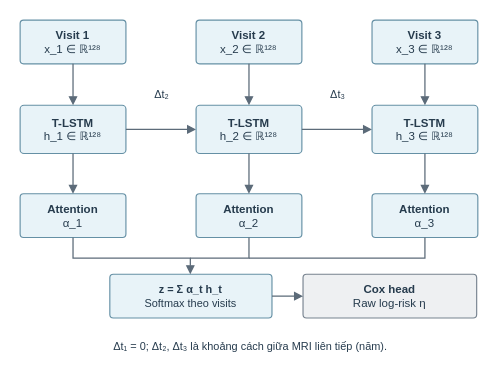
The draw.io diagram figures_source/temporal-model.drawio in moimoi05/kltn, before the edit. Source tidied: cells renumbered, new cells numbered last; positions are measured from the earlier drawing's top-left corner, leaving out a move shared by most shapes. Both pictures are drawn from the tidied source at 115%, with x=0, y=0 at pixel (20, 20).
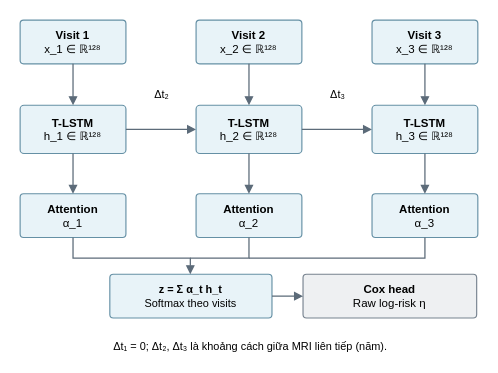
The same page after the edit.

Change to the diagram source:
```diff
@@
-    <mxCell id="2" value="&lt;b&gt;Visit 1&lt;/b&gt;&lt;br&gt;x_1 ∈ ℝ¹²⁸" style="html=1;fontFamily=Arial;fontColor=#263B4D;whiteSpace=wrap;rounded=1;arcSize=8;fillColor=#E8F3F8;strokeColor=#6590A5;strokeWidth=1;fontSize=10;spacing=5;" parent="1" vertex="1">
+    <mxCell id="2" value="&lt;b&gt;Visit 1&lt;/b&gt;&lt;br&gt;x_1 ∈ ℝ¹²⁸" style="html=1;fontFamily=Arial;fontColor=#000000;whiteSpace=wrap;rounded=1;arcSize=8;fillColor=#E8F3F8;strokeColor=#6590A5;strokeWidth=1;fontSize=10;spacing=5;" parent="1" vertex="1">
       <mxGeometry width="92" height="38" as="geometry" />
     </mxCell>
-    <mxCell id="3" value="&lt;b&gt;T-LSTM&lt;/b&gt;&lt;br&gt;h_1 ∈ ℝ¹²⁸" style="html=1;fontFamily=Arial;fontColor=#263B4D;whiteSpace=wrap;rounded=1;arcSize=8;fillColor=#E8F3F8;strokeColor=#6590A5;strokeWidth=1;fontSize=10;spacing=5;" parent="1" vertex="1">
+    <mxCell id="3" value="&lt;b&gt;T-LSTM&lt;/b&gt;&lt;br&gt;h_1 ∈ ℝ¹²⁸" style="html=1;fontFamily=Arial;fontColor=#000000;whiteSpace=wrap;rounded=1;arcSize=8;fillColor=#E8F3F8;strokeColor=#6590A5;strokeWidth=1;fontSize=10;spacing=5;" parent="1" vertex="1">
       <mxGeometry y="74" width="92" height="42" as="geometry" />
     </mxCell>
-    <mxCell id="4" style="html=1;fontFamily=Arial;fontColor=#263B4D;whiteSpace=wrap;edgeStyle=none;rounded=0;endArrow=block;endFill=1;endSize=5;startArrow=none;startFill=1;startSize=5;strokeColor=#5C6B79;strokeWidth=1.1;" parent="1" edge="1">
+    <mxCell id="4" style="html=1;fontFamily=Arial;fontColor=#000000;whiteSpace=wrap;edgeStyle=none;rounded=0;endArrow=block;endFill=1;endSize=5;startArrow=none;startFill=1;startSize=5;strokeColor=#5C6B79;strokeWidth=1.1;" parent="1" edge="1">
       <mxGeometry relative="1" as="geometry">
         <mxPoint x="46" y="38" as="sourcePoint" />
         <mxPoint x="46" y="74" as="targetPoint" />
       </mxGeometry>
     </mxCell>
-    <mxCell id="5" value="&lt;b&gt;Attention&lt;/b&gt;&lt;br&gt;α_1" style="html=1;fontFamily=Arial;fontColor=#263B4D;whiteSpace=wrap;rounded=1;arcSize=8;fillColor=#E8F3F8;strokeColor=#6590A5;strokeWidth=1;fontSize=10;spacing=5;" parent="1" vertex="1">
+    <mxCell id="5" value="&lt;b&gt;Attention&lt;/b&gt;&lt;br&gt;α_1" style="html=1;fontFamily=Arial;fontColor=#000000;whiteSpace=wrap;rounded=1;arcSize=8;fillColor=#E8F3F8;strokeColor=#6590A5;strokeWidth=1;fontSize=10;spacing=5;" parent="1" vertex="1">
       <mxGeometry y="151" width="92" height="38" as="geometry" />
     </mxCell>
-    <mxCell id="6" style="html=1;fontFamily=Arial;fontColor=#263B4D;whiteSpace=wrap;edgeStyle=none;rounded=0;endArrow=block;endFill=1;endSize=5;startArrow=none;startFill=1;startSize=5;strokeColor=#5C6B79;strokeWidth=1.1;" parent="1" edge="1">
+    <mxCell id="6" style="html=1;fontFamily=Arial;fontColor=#000000;whiteSpace=wrap;edgeStyle=none;rounded=0;endArrow=block;endFill=1;endSize=5;startArrow=none;startFill=1;startSize=5;strokeColor=#5C6B79;strokeWidth=1.1;" parent="1" edge="1">
       <mxGeometry relative="1" as="geometry">
         <mxPoint x="46" y="116" as="sourcePoint" />
         <mxPoint x="46" y="151" as="targetPoint" />
       </mxGeometry>
     </mxCell>
-    <mxCell id="7" style="html=1;fontFamily=Arial;fontColor=#263B4D;whiteSpace=wrap;edgeStyle=none;rounded=0;endArrow=block;endFill=1;endSize=5;startArrow=none;startFill=1;startSize=5;strokeColor=#5C6B79;strokeWidth=1.1;" parent="1" edge="1">
+    <mxCell id="7" style="html=1;fontFamily=Arial;fontColor=#000000;whiteSpace=wrap;edgeStyle=none;rounded=0;endArrow=block;endFill=1;endSize=5;startArrow=none;startFill=1;startSize=5;strokeColor=#5C6B79;strokeWidth=1.1;" parent="1" edge="1">
       <mxGeometry relative="1" as="geometry">
         <mxPoint x="92" y="95" as="sourcePoint" />
         <mxPoint x="153" y="95" as="targetPoint" />
       </mxGeometry>
     </mxCell>
-    <mxCell id="8" value="&lt;b&gt;Visit 2&lt;/b&gt;&lt;br&gt;x_2 ∈ ℝ¹²⁸" style="html=1;fontFamily=Arial;fontColor=#263B4D;whiteSpace=wrap;rounded=1;arcSize=8;fillColor=#E8F3F8;strokeColor=#6590A5;strokeWidth=1;fontSize=10;spacing=5;" parent="1" vertex="1">
+    <mxCell id="8" value="&lt;b&gt;Visit 2&lt;/b&gt;&lt;br&gt;x_2 ∈ ℝ¹²⁸" style="html=1;fontFamily=Arial;fontColor=#000000;whiteSpace=wrap;rounded=1;arcSize=8;fillColor=#E8F3F8;strokeColor=#6590A5;strokeWidth=1;fontSize=10;spacing=5;" parent="1" vertex="1">
       <mxGeometry x="153" width="92" height="38" as="geometry" />
     </mxCell>
-    <mxCell id="9" value="&lt;b&gt;T-LSTM&lt;/b&gt;&lt;br&gt;h_2 ∈ ℝ¹²⁸" style="html=1;fontFamily=Arial;fontColor=#263B4D;whiteSpace=wrap;rounded=1;arcSize=8;fillColor=#E8F3F8;strokeColor=#6590A5;strokeWidth=1;fontSize=10;spacing=5;" parent="1" vertex="1">
+    <mxCell id="9" value="&lt;b&gt;T-LSTM&lt;/b&gt;&lt;br&gt;h_2 ∈ ℝ¹²⁸" style="html=1;fontFamily=Arial;fontColor=#000000;whiteSpace=wrap;rounded=1;arcSize=8;fillColor=#E8F3F8;strokeColor=#6590A5;strokeWidth=1;fontSize=10;spacing=5;" parent="1" vertex="1">
       <mxGeometry x="153" y="74" width="92" height="42" as="geometry" />
     </mxCell>
-    <mxCell id="10" style="html=1;fontFamily=Arial;fontColor=#263B4D;whiteSpace=wrap;edgeStyle=none;rounded=0;endArrow=block;endFill=1;endSize=5;startArrow=none;startFill=1;startSize=5;strokeColor=#5C6B79;strokeWidth=1.1;" parent="1" edge="1">
+    <mxCell id="10" style="html=1;fontFamily=Arial;fontColor=#000000;whiteSpace=wrap;edgeStyle=none;rounded=0;endArrow=block;endFill=1;endSize=5;startArrow=none;startFill=1;startSize=5;strokeColor=#5C6B79;strokeWidth=1.1;" parent="1" edge="1">
       <mxGeometry relative="1" as="geometry">
         <mxPoint x="199" y="38" as="sourcePoint" />
         <mxPoint x="199" y="74" as="targetPoint" />
       </mxGeometry>
     </mxCell>
-    <mxCell id="11" value="&lt;b&gt;Attention&lt;/b&gt;&lt;br&gt;α_2" style="html=1;fontFamily=Arial;fontColor=#263B4D;whiteSpace=wrap;rounded=1;arcSize=8;fillColor=#E8F3F8;strokeColor=#6590A5;strokeWidth=1;fontSize=10;spacing=5;" parent="1" vertex="1">
+    <mxCell id="11" value="&lt;b&gt;Attention&lt;/b&gt;&lt;br&gt;α_2" style="html=1;fontFamily=Arial;fontColor=#000000;whiteSpace=wrap;rounded=1;arcSize=8;fillColor=#E8F3F8;strokeColor=#6590A5;strokeWidth=1;fontSize=10;spacing=5;" parent="1" vertex="1">
       <mxGeometry x="153" y="151" width="92" height="38" as="geometry" />
     </mxCell>
-    <mxCell id="12" style="html=1;fontFamily=Arial;fontColor=#263B4D;whiteSpace=wrap;edgeStyle=none;rounded=0;endArrow=block;endFill=1;endSize=5;startArrow=none;startFill=1;startSize=5;strokeColor=#5C6B79;strokeWidth=1.1;" parent="1" edge="1">
+    <mxCell id="12" style="html=1;fontFamily=Arial;fontColor=#000000;whiteSpace=wrap;edgeStyle=none;rounded=0;endArrow=block;endFill=1;endSize=5;startArrow=none;startFill=1;startSize=5;strokeColor=#5C6B79;strokeWidth=1.1;" parent="1" edge="1">
       <mxGeometry relative="1" as="geometry">
         <mxPoint x="199" y="116" as="sourcePoint" />
         <mxPoint x="199" y="151" as="targetPoint" />
       </mxGeometry>
     </mxCell>
-    <mxCell id="13" style="html=1;fontFamily=Arial;fontColor=#263B4D;whiteSpace=wrap;edgeStyle=none;rounded=0;endArrow=block;endFill=1;endSize=5;startArrow=none;startFill=1;startSize=5;strokeColor=#5C6B79;strokeWidth=1.1;" parent="1" edge="1">
+    <mxCell id="13" style="html=1;fontFamily=Arial;fontColor=#000000;whiteSpace=wrap;edgeStyle=none;rounded=0;endArrow=block;endFill=1;endSize=5;startArrow=none;startFill=1;startSize=5;strokeColor=#5C6B79;strokeWidth=1.1;" parent="1" edge="1">
       <mxGeometry relative="1" as="geometry">
         <mxPoint x="245" y="95" as="sourcePoint" />
         <mxPoint x="306" y="95" as="targetPoint" />
       </mxGeometry>
     </mxCell>
-    <mxCell id="14" value="&lt;b&gt;Visit 3&lt;/b&gt;&lt;br&gt;x_3 ∈ ℝ¹²⁸" style="html=1;fontFamily=Arial;fontColor=#263B4D;whiteSpace=wrap;rounded=1;arcSize=8;fillColor=#E8F3F8;strokeColor=#6590A5;strokeWidth=1;fontSize=10;spacing=5;" parent="1" vertex="1">
+    <mxCell id="14" value="&lt;b&gt;Visit 3&lt;/b&gt;&lt;br&gt;x_3 ∈ ℝ¹²⁸" style="html=1;fontFamily=Arial;fontColor=#000000;whiteSpace=wrap;rounded=1;arcSize=8;fillColor=#E8F3F8;strokeColor=#6590A5;strokeWidth=1;fontSize=10;spacing=5;" parent="1" vertex="1">
       <mxGeometry x="306" width="92" height="38" as="geometry" />
     </mxCell>
-    <mxCell id="15" value="&lt;b&gt;T-LSTM&lt;/b&gt;&lt;br&gt;h_3 ∈ ℝ¹²⁸" style="html=1;fontFamily=Arial;fontColor=#263B4D;whiteSpace=wrap;rounded=1;arcSize=8;fillColor=#E8F3F8;strokeColor=#6590A5;strokeWidth=1;fontSize=10;spacing=5;" parent="1" vertex="1">
+    <mxCell id="15" value="&lt;b&gt;T-LSTM&lt;/b&gt;&lt;br&gt;h_3 ∈ ℝ¹²⁸" style="html=1;fontFamily=Arial;fontColor=#000000;whiteSpace=wrap;rounded=1;arcSize=8;fillColor=#E8F3F8;strokeColor=#6590A5;strokeWidth=1;fontSize=10;spacing=5;" parent="1" vertex="1">
       <mxGeometry x="306" y="74" width="92" height="42" as="geometry" />
     </mxCell>
-    <mxCell id="16" style="html=1;fontFamily=Arial;fontColor=#263B4D;whiteSpace=wrap;edgeStyle=none;rounded=0;endArrow=block;endFill=1;endSize=5;startArrow=none;startFill=1;startSize=5;strokeColor=#5C6B79;strokeWidth=1.1;" parent="1" edge="1">
+    <mxCell id="16" style="html=1;fontFamily=Arial;fontColor=#000000;whiteSpace=wrap;edgeStyle=none;rounded=0;endArrow=block;endFill=1;endSize=5;startArrow=none;startFill=1;startSize=5;strokeColor=#5C6B79;strokeWidth=1.1;" parent="1" edge="1">
       <mxGeometry relative="1" as="geometry">
         <mxPoint x="352" y="38" as="sourcePoint" />
         <mxPoint x="352" y="74" as="targetPoint" />
       </mxGeometry>
     </mxCell>
-    <mxCell id="17" value="&lt;b&gt;Attention&lt;/b&gt;&lt;br&gt;α_3" style="html=1;fontFamily=Arial;fontColor=#263B4D;whiteSpace=wrap;rounded=1;arcSize=8;fillColor=#E8F3F8;strokeColor=#6590A5;strokeWidth=1;fontSize=10;spacing=5;" parent="1" vertex="1">
+    <mxCell id="17" value="&lt;b&gt;Attention&lt;/b&gt;&lt;br&gt;α_3" style="html=1;fontFamily=Arial;fontColor=#000000;whiteSpace=wrap;rounded=1;arcSize=8;fillColor=#E8F3F8;strokeColor=#6590A5;strokeWidth=1;fontSize=10;spacing=5;" parent="1" vertex="1">
       <mxGeometry x="306" y="151" width="92" height="38" as="geometry" />
     </mxCell>
-    <mxCell id="18" style="html=1;fontFamily=Arial;fontColor=#263B4D;whiteSpace=wrap;edgeStyle=none;rounded=0;endArrow=block;endFill=1;endSize=5;startArrow=none;startFill=1;startSize=5;strokeColor=#5C6B79;strokeWidth=1.1;" parent="1" edge="1">
+    <mxCell id="18" style="html=1;fontFamily=Arial;fontColor=#000000;whiteSpace=wrap;edgeStyle=none;rounded=0;endArrow=block;endFill=1;endSize=5;startArrow=none;startFill=1;startSize=5;strokeColor=#5C6B79;strokeWidth=1.1;" parent="1" edge="1">
       <mxGeometry relative="1" as="geometry">
         <mxPoint x="352" y="116" as="sourcePoint" />
         <mxPoint x="352" y="151" as="targetPoint" />
       </mxGeometry>
     </mxCell>
-    <mxCell id="19" value="Δt₂" style="html=1;fontFamily=Arial;fontColor=#263B4D;whiteSpace=wrap;text;strokeColor=none;fillColor=none;fontSize=9.5;fontStyle=0;align=center;verticalAlign=top;spacing=0;" parent="1" vertex="1">
+    <mxCell id="19" value="Δt₂" style="html=1;fontFamily=Arial;fontColor=#000000;whiteSpace=wrap;text;strokeColor=none;fillColor=none;fontSize=9.5;fontStyle=0;align=center;verticalAlign=top;spacing=0;" parent="1" vertex="1">
       <mxGeometry x="115.6" y="54" width="14.8" height="11.8" as="geometry" />
     </mxCell>
-    <mxCell id="20" value="Δt₃" style="html=1;fontFamily=Arial;fontColor=#263B4D;whiteSpace=wrap;text;strokeColor=none;fillColor=none;fontSize=9.5;fontStyle=0;align=center;verticalAlign=top;spacing=0;" parent="1" vertex="1">
+    <mxCell id="20" value="Δt₃" style="html=1;fontFamily=Arial;fontColor=#000000;whiteSpace=wrap;text;strokeColor=none;fillColor=none;fontSize=9.5;fontStyle=0;align=center;verticalAlign=top;spacing=0;" parent="1" vertex="1">
       <mxGeometry x="268.6" y="54" width="14.8" height="11.8" as="geometry" />
     </mxCell>
-    <mxCell id="21" value="&lt;b&gt;z = Σ α_t h_t&lt;/b&gt;&lt;br&gt;Softmax theo visits" style="html=1;fontFamily=Arial;fontColor=#263B4D;whiteSpace=wrap;rounded=1;arcSize=8;fillColor=#E8F3F8;strokeColor=#6590A5;strokeWidth=1;fontSize=9.5;spacing=5;" parent="1" vertex="1">
+    <mxCell id="21" value="&lt;b&gt;z = Σ α_t h_t&lt;/b&gt;&lt;br&gt;Softmax theo visits" style="html=1;fontFamily=Arial;fontColor=#000000;whiteSpace=wrap;rounded=1;arcSize=8;fillColor=#E8F3F8;strokeColor=#6590A5;strokeWidth=1;fontSize=9.5;spacing=5;" parent="1" vertex="1">
       <mxGeometry x="78" y="221" width="141" height="38" as="geometry" />
     </mxCell>
-    <mxCell id="22" value="&lt;b&gt;Cox head&lt;/b&gt;&lt;br&gt;Raw log-risk η" style="html=1;fontFamily=Arial;fontColor=#263B4D;whiteSpace=wrap;rounded=1;arcSize=8;fillColor=#EEF0F2;strokeColor=#77838F;strokeWidth=1;fontSize=10;spacing=5;" parent="1" vertex="1">
+    <mxCell id="22" value="&lt;b&gt;Cox head&lt;/b&gt;&lt;br&gt;Raw log-risk η" style="html=1;fontFamily=Arial;fontColor=#000000;whiteSpace=wrap;rounded=1;arcSize=8;fillColor=#EEF0F2;strokeColor=#77838F;strokeWidth=1;fontSize=10;spacing=5;" parent="1" vertex="1">
       <mxGeometry x="246" y="221" width="151" height="38" as="geometry" />
     </mxCell>
-    <mxCell id="23" style="html=1;fontFamily=Arial;fontColor=#263B4D;whiteSpace=wrap;edgeStyle=none;rounded=0;endArrow=block;endFill=1;endSize=5;startArrow=none;startFill=1;startSize=5;strokeColor=#5C6B79;strokeWidth=1.1;" parent="1" edge="1">
+    <mxCell id="23" style="html=1;fontFamily=Arial;fontColor=#000000;whiteSpace=wrap;edgeStyle=none;rounded=0;endArrow=block;endFill=1;endSize=5;startArrow=none;startFill=1;startSize=5;strokeColor=#5C6B79;strokeWidth=1.1;" parent="1" edge="1">
       <mxGeometry relative="1" as="geometry">
         <mxPoint x="219" y="240" as="sourcePoint" />
         <mxPoint x="246" y="240" as="targetPoint" />
       </mxGeometry>
     </mxCell>
-    <mxCell id="24" style="html=1;fontFamily=Arial;fontColor=#263B4D;whiteSpace=wrap;edgeStyle=none;rounded=0;endArrow=block;endFill=1;endSize=5;startArrow=none;startFill=1;startSize=5;strokeColor=#5C6B79;strokeWidth=1.1;" parent="1" edge="1">
+    <mxCell id="24" style="html=1;fontFamily=Arial;fontColor=#000000;whiteSpace=wrap;edgeStyle=none;rounded=0;endArrow=block;endFill=1;endSize=5;startArrow=none;startFill=1;startSize=5;strokeColor=#5C6B79;strokeWidth=1.1;" parent="1" edge="1">
       <mxGeometry relative="1" as="geometry">
         <mxPoint x="46" y="189" as="sourcePoint" />
         <mxPoint x="148" y="221" as="targetPoint" />
         <Array as="points">
           <mxPoint x="46" y="207" />
           <mxPoint x="148" y="207" />
         </Array>
       </mxGeometry>
     </mxCell>
-    <mxCell id="25" style="html=1;fontFamily=Arial;fontColor=#263B4D;whiteSpace=wrap;edgeStyle=none;rounded=0;endArrow=none;endFill=1;endSize=5;startArrow=none;startFill=1;startSize=5;strokeColor=#5C6B79;strokeWidth=1.1;" parent="1" edge="1">
+    <mxCell id="25" style="html=1;fontFamily=Arial;fontColor=#000000;whiteSpace=wrap;edgeStyle=none;rounded=0;endArrow=none;endFill=1;endSize=5;startArrow=none;startFill=1;startSize=5;strokeColor=#5C6B79;strokeWidth=1.1;" parent="1" edge="1">
       <mxGeometry relative="1" as="geometry">
         <mxPoint x="199" y="189" as="sourcePoint" />
         <mxPoint x="148" y="207" as="targetPoint" />
         <Array as="points">
           <mxPoint x="199" y="207" />
         </Array>
       </mxGeometry>
     </mxCell>
-    <mxCell id="26" style="html=1;fontFamily=Arial;fontColor=#263B4D;whiteSpace=wrap;edgeStyle=none;rounded=0;endArrow=none;endFill=1;endSize=5;startArrow=none;startFill=1;startSize=5;strokeColor=#5C6B79;strokeWidth=1.1;" parent="1" edge="1">
+    <mxCell id="26" style="html=1;fontFamily=Arial;fontColor=#000000;whiteSpace=wrap;edgeStyle=none;rounded=0;endArrow=none;endFill=1;endSize=5;startArrow=none;startFill=1;startSize=5;strokeColor=#5C6B79;strokeWidth=1.1;" parent="1" edge="1">
       <mxGeometry relative="1" as="geometry">
         <mxPoint x="352" y="189" as="sourcePoint" />
         <mxPoint x="199" y="207" as="targetPoint" />
         <Array as="points">
           <mxPoint x="352" y="207" />
         </Array>
       </mxGeometry>
     </mxCell>
-    <mxCell id="27" value="Δt₁ = 0; Δt₂, Δt₃ là khoảng cách giữa MRI liên tiếp (năm)." style="html=1;fontFamily=Arial;fontColor=#263B4D;whiteSpace=wrap;text;strokeColor=none;fillColor=none;fontSize=9.5;fontStyle=0;align=center;verticalAlign=top;spacing=0;" parent="1" vertex="1">
+    <mxCell id="27" value="Δt₁ = 0; Δt₂, Δt₃ là khoảng cách giữa MRI liên tiếp (năm)." style="html=1;fontFamily=Arial;fontColor=#000000;whiteSpace=wrap;text;strokeColor=none;fillColor=none;fontSize=9.5;fontStyle=0;align=center;verticalAlign=top;spacing=0;" parent="1" vertex="1">
       <mxGeometry x="79.6" y="273" width="240.8" height="11.8" as="geometry" />
     </mxCell>
```
